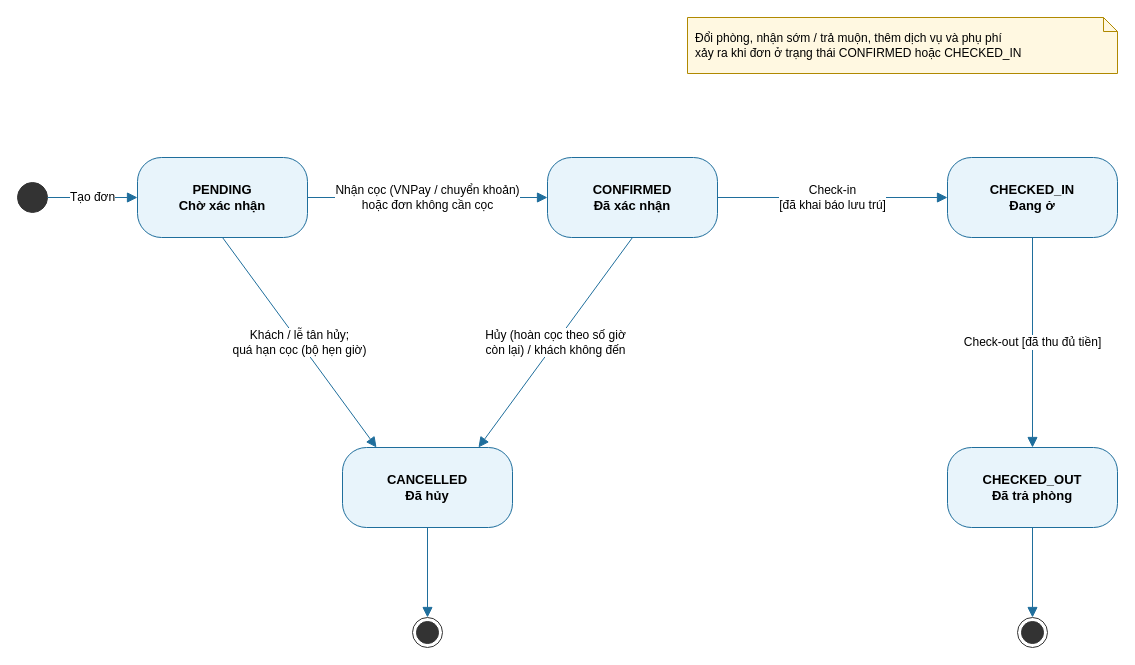
Above: docs/thiet-ke/tt-don-dat-phong.drawio in ngynquchn2511/beach-hotel (draw.io), before the change. Source tidied: cells renumbered, new cells numbered last; positions are measured from the earlier drawing's top-left corner, leaving out a move shared by most shapes. Both pictures are drawn from the tidied source at 100%, with x=0, y=0 at pixel (17, 17).
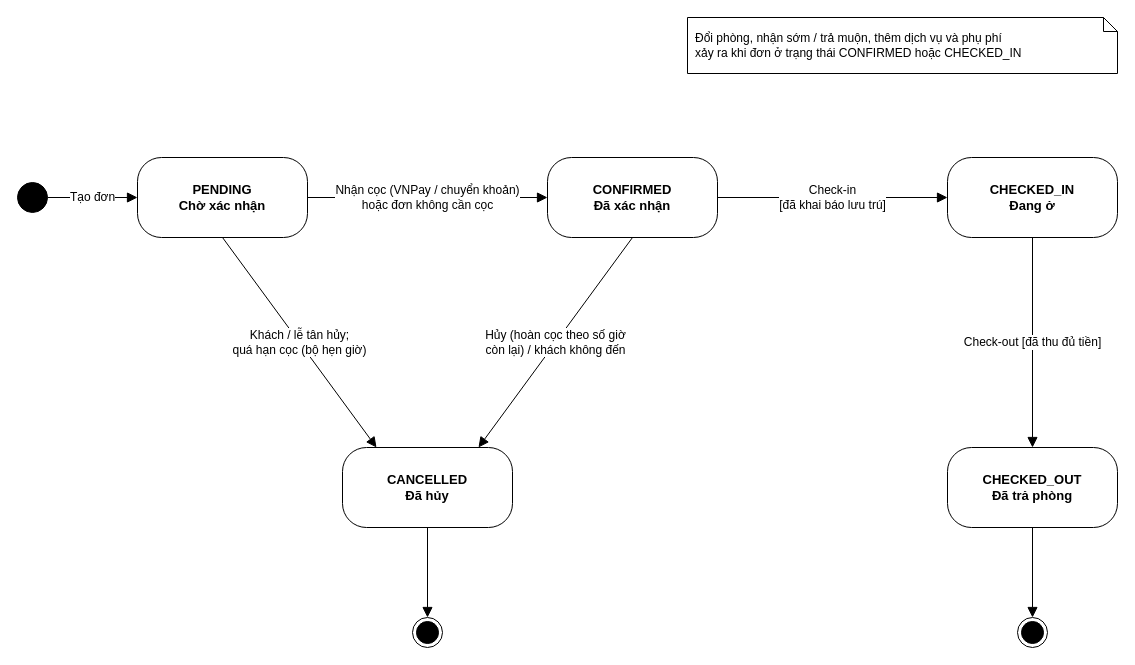
The same diagram, later.

Diff of the diagram source:
```diff
@@
 <mxGraphModel>
   <root>
     <mxCell id="0" />
     <mxCell id="1" parent="0" />
-    <mxCell id="2" style="ellipse;html=1;fillColor=#333333;strokeColor=#333333;" parent="1" vertex="1">
+    <mxCell id="2" style="ellipse;html=1;fillColor=#000000;strokeColor=#000000;" parent="1" vertex="1">
       <mxGeometry y="165" width="30" height="30" as="geometry" />
     </mxCell>
-    <mxCell id="3" value="PENDING&lt;br&gt;Chờ xác nhận" style="rounded=1;whiteSpace=wrap;html=1;arcSize=30;fillColor=#E8F4FB;strokeColor=#1F6E9C;fontSize=13;fontStyle=1;" parent="1" vertex="1">
+    <mxCell id="3" value="PENDING&lt;br&gt;Chờ xác nhận" style="rounded=1;whiteSpace=wrap;html=1;arcSize=30;fillColor=#FFFFFF;strokeColor=#000000;fontSize=13;fontStyle=1;" parent="1" vertex="1">
       <mxGeometry x="120" y="140" width="170" height="80" as="geometry" />
     </mxCell>
-    <mxCell id="4" value="CONFIRMED&lt;br&gt;Đã xác nhận" style="rounded=1;whiteSpace=wrap;html=1;arcSize=30;fillColor=#E8F4FB;strokeColor=#1F6E9C;fontSize=13;fontStyle=1;" parent="1" vertex="1">
+    <mxCell id="4" value="CONFIRMED&lt;br&gt;Đã xác nhận" style="rounded=1;whiteSpace=wrap;html=1;arcSize=30;fillColor=#FFFFFF;strokeColor=#000000;fontSize=13;fontStyle=1;" parent="1" vertex="1">
       <mxGeometry x="530" y="140" width="170" height="80" as="geometry" />
     </mxCell>
-    <mxCell id="5" value="CHECKED_IN&lt;br&gt;Đang ở" style="rounded=1;whiteSpace=wrap;html=1;arcSize=30;fillColor=#E8F4FB;strokeColor=#1F6E9C;fontSize=13;fontStyle=1;" parent="1" vertex="1">
+    <mxCell id="5" value="CHECKED_IN&lt;br&gt;Đang ở" style="rounded=1;whiteSpace=wrap;html=1;arcSize=30;fillColor=#FFFFFF;strokeColor=#000000;fontSize=13;fontStyle=1;" parent="1" vertex="1">
       <mxGeometry x="930" y="140" width="170" height="80" as="geometry" />
     </mxCell>
-    <mxCell id="6" value="CHECKED_OUT&lt;br&gt;Đã trả phòng" style="rounded=1;whiteSpace=wrap;html=1;arcSize=30;fillColor=#E8F4FB;strokeColor=#1F6E9C;fontSize=13;fontStyle=1;" parent="1" vertex="1">
+    <mxCell id="6" value="CHECKED_OUT&lt;br&gt;Đã trả phòng" style="rounded=1;whiteSpace=wrap;html=1;arcSize=30;fillColor=#FFFFFF;strokeColor=#000000;fontSize=13;fontStyle=1;" parent="1" vertex="1">
       <mxGeometry x="930" y="430" width="170" height="80" as="geometry" />
     </mxCell>
-    <mxCell id="7" value="CANCELLED&lt;br&gt;Đã hủy" style="rounded=1;whiteSpace=wrap;html=1;arcSize=30;fillColor=#E8F4FB;strokeColor=#1F6E9C;fontSize=13;fontStyle=1;" parent="1" vertex="1">
+    <mxCell id="7" value="CANCELLED&lt;br&gt;Đã hủy" style="rounded=1;whiteSpace=wrap;html=1;arcSize=30;fillColor=#FFFFFF;strokeColor=#000000;fontSize=13;fontStyle=1;" parent="1" vertex="1">
       <mxGeometry x="325" y="430" width="170" height="80" as="geometry" />
     </mxCell>
-    <mxCell id="8" style="ellipse;html=1;shape=endState;fillColor=#333333;strokeColor=#333333;" parent="1" vertex="1">
+    <mxCell id="8" style="ellipse;html=1;shape=endState;fillColor=#000000;strokeColor=#000000;" parent="1" vertex="1">
       <mxGeometry x="1000" y="600" width="30" height="30" as="geometry" />
     </mxCell>
-    <mxCell id="9" style="ellipse;html=1;shape=endState;fillColor=#333333;strokeColor=#333333;" parent="1" vertex="1">
+    <mxCell id="9" style="ellipse;html=1;shape=endState;fillColor=#000000;strokeColor=#000000;" parent="1" vertex="1">
       <mxGeometry x="395" y="600" width="30" height="30" as="geometry" />
     </mxCell>
-    <mxCell id="10" value="Tạo đơn" style="html=1;endArrow=block;endFill=1;endSize=8;strokeColor=#1F6E9C;fontSize=12;labelBackgroundColor=#FFFFFF;" parent="1" edge="1" source="2" target="3">
+    <mxCell id="10" value="Tạo đơn" style="html=1;endArrow=block;endFill=1;endSize=8;strokeColor=#000000;fontSize=12;labelBackgroundColor=#FFFFFF;" parent="1" edge="1" source="2" target="3">
       <mxGeometry relative="1" as="geometry" />
     </mxCell>
-    <mxCell id="11" value="Nhận cọc (VNPay / chuyển khoản)&lt;br&gt;hoặc đơn không cần cọc" style="html=1;endArrow=block;endFill=1;endSize=8;strokeColor=#1F6E9C;fontSize=12;labelBackgroundColor=#FFFFFF;" parent="1" edge="1" source="3" target="4">
+    <mxCell id="11" value="Nhận cọc (VNPay / chuyển khoản)&lt;br&gt;hoặc đơn không cần cọc" style="html=1;endArrow=block;endFill=1;endSize=8;strokeColor=#000000;fontSize=12;labelBackgroundColor=#FFFFFF;" parent="1" edge="1" source="3" target="4">
       <mxGeometry relative="1" as="geometry" />
     </mxCell>
-    <mxCell id="12" value="Check-in&lt;br&gt;[đã khai báo lưu trú]" style="html=1;endArrow=block;endFill=1;endSize=8;strokeColor=#1F6E9C;fontSize=12;labelBackgroundColor=#FFFFFF;" parent="1" edge="1" source="4" target="5">
+    <mxCell id="12" value="Check-in&lt;br&gt;[đã khai báo lưu trú]" style="html=1;endArrow=block;endFill=1;endSize=8;strokeColor=#000000;fontSize=12;labelBackgroundColor=#FFFFFF;" parent="1" edge="1" source="4" target="5">
       <mxGeometry relative="1" as="geometry" />
     </mxCell>
-    <mxCell id="13" value="Check-out [đã thu đủ tiền]" style="html=1;endArrow=block;endFill=1;endSize=8;strokeColor=#1F6E9C;fontSize=12;labelBackgroundColor=#FFFFFF;" parent="1" edge="1" source="5" target="6">
+    <mxCell id="13" value="Check-out [đã thu đủ tiền]" style="html=1;endArrow=block;endFill=1;endSize=8;strokeColor=#000000;fontSize=12;labelBackgroundColor=#FFFFFF;" parent="1" edge="1" source="5" target="6">
       <mxGeometry relative="1" as="geometry" />
     </mxCell>
-    <mxCell id="14" value="Khách / lễ tân hủy;&lt;br&gt;quá hạn cọc (bộ hẹn giờ)" style="html=1;endArrow=block;endFill=1;endSize=8;strokeColor=#1F6E9C;fontSize=12;labelBackgroundColor=#FFFFFF;exitX=0.5;exitY=1;exitDx=0;exitDy=0;entryX=0.2;entryY=0;entryDx=0;entryDy=0;" parent="1" edge="1" source="3" target="7">
+    <mxCell id="14" value="Khách / lễ tân hủy;&lt;br&gt;quá hạn cọc (bộ hẹn giờ)" style="html=1;endArrow=block;endFill=1;endSize=8;strokeColor=#000000;fontSize=12;labelBackgroundColor=#FFFFFF;exitX=0.5;exitY=1;exitDx=0;exitDy=0;entryX=0.2;entryY=0;entryDx=0;entryDy=0;" parent="1" edge="1" source="3" target="7">
       <mxGeometry relative="1" as="geometry" />
     </mxCell>
-    <mxCell id="15" value="Hủy (hoàn cọc theo số giờ&lt;br&gt;còn lại) / khách không đến" style="html=1;endArrow=block;endFill=1;endSize=8;strokeColor=#1F6E9C;fontSize=12;labelBackgroundColor=#FFFFFF;exitX=0.5;exitY=1;exitDx=0;exitDy=0;entryX=0.8;entryY=0;entryDx=0;entryDy=0;" parent="1" edge="1" source="4" target="7">
+    <mxCell id="15" value="Hủy (hoàn cọc theo số giờ&lt;br&gt;còn lại) / khách không đến" style="html=1;endArrow=block;endFill=1;endSize=8;strokeColor=#000000;fontSize=12;labelBackgroundColor=#FFFFFF;exitX=0.5;exitY=1;exitDx=0;exitDy=0;entryX=0.8;entryY=0;entryDx=0;entryDy=0;" parent="1" edge="1" source="4" target="7">
       <mxGeometry relative="1" as="geometry" />
     </mxCell>
-    <mxCell id="16" style="html=1;endArrow=block;endFill=1;endSize=8;strokeColor=#1F6E9C;fontSize=12;labelBackgroundColor=#FFFFFF;exitX=0.5;exitY=1;exitDx=0;exitDy=0;entryX=0.5;entryY=0;entryDx=0;entryDy=0;" parent="1" edge="1" source="6" target="8">
+    <mxCell id="16" style="html=1;endArrow=block;endFill=1;endSize=8;strokeColor=#000000;fontSize=12;labelBackgroundColor=#FFFFFF;exitX=0.5;exitY=1;exitDx=0;exitDy=0;entryX=0.5;entryY=0;entryDx=0;entryDy=0;" parent="1" edge="1" source="6" target="8">
       <mxGeometry relative="1" as="geometry" />
     </mxCell>
-    <mxCell id="17" style="html=1;endArrow=block;endFill=1;endSize=8;strokeColor=#1F6E9C;fontSize=12;labelBackgroundColor=#FFFFFF;" parent="1" edge="1" source="7" target="9">
+    <mxCell id="17" style="html=1;endArrow=block;endFill=1;endSize=8;strokeColor=#000000;fontSize=12;labelBackgroundColor=#FFFFFF;" parent="1" edge="1" source="7" target="9">
       <mxGeometry relative="1" as="geometry" />
     </mxCell>
-    <mxCell id="18" value="Đổi phòng, nhận sớm / trả muộn, thêm dịch vụ và phụ phí&lt;br&gt;xảy ra khi đơn ở trạng thái CONFIRMED hoặc CHECKED_IN" style="shape=note;whiteSpace=wrap;html=1;size=14;fillColor=#FFF8E1;strokeColor=#B08900;fontSize=12;align=left;spacingLeft=6;" parent="1" vertex="1">
+    <mxCell id="18" value="Đổi phòng, nhận sớm / trả muộn, thêm dịch vụ và phụ phí&lt;br&gt;xảy ra khi đơn ở trạng thái CONFIRMED hoặc CHECKED_IN" style="shape=note;whiteSpace=wrap;html=1;size=14;fillColor=#FFFFFF;strokeColor=#000000;fontSize=12;align=left;spacingLeft=6;" parent="1" vertex="1">
       <mxGeometry x="670" width="430" height="56" as="geometry" />
     </mxCell>
   </root>
 </mxGraphModel>
```
